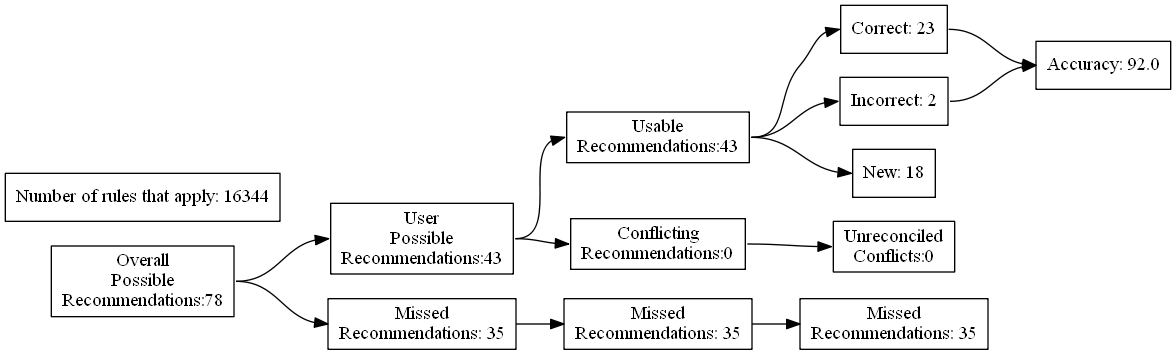
Above: test_renders/82.gv.png in ZaxR/ibd_diet_analysis (Graphviz), before the change. Its source is kept beside it as test_renders/82.gv.
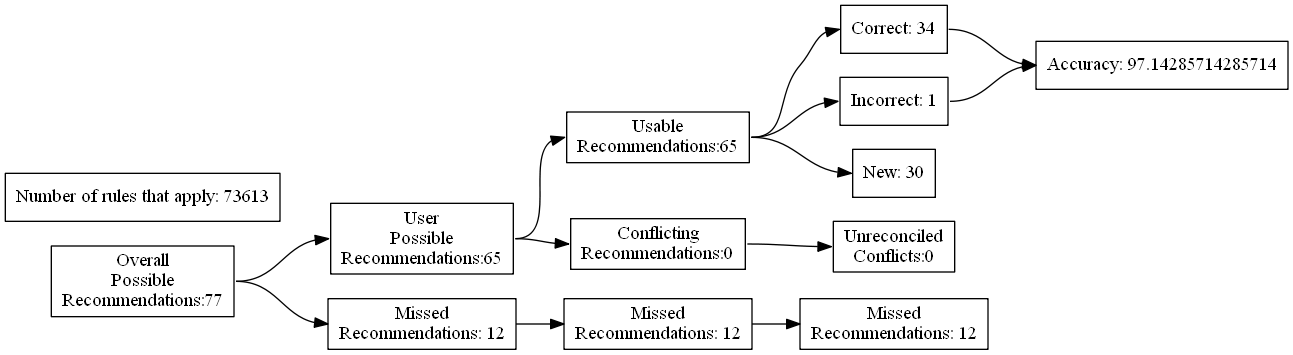
The same file after the commit.

The edit, as a diff of the source:
```diff
@@ -4,27 +4,27 @@
 	edge [headport=w tailport=e]
 		A [label="Overall
 Possible
-Recommendations:78"]
+Recommendations:77"]
 		B [label="User
 Possible
-Recommendations:43"]
+Recommendations:65"]
 		C [label="Missed
-Recommendations: 35"]
+Recommendations: 12"]
 		D [label="Usable
-Recommendations:43"]
+Recommendations:65"]
 		E [label="Conflicting
 Recommendations:0"]
 		J [label="Missed
-Recommendations: 35"]
+Recommendations: 12"]
 		M [label="Unreconciled
 Conflicts:0"]
-		F [label="Correct: 23"]
-		G [label="Incorrect: 2"]
-		H [label="New: 18"]
+		F [label="Correct: 34"]
+		G [label="Incorrect: 1"]
+		H [label="New: 30"]
 		K [label="Missed
-Recommendations: 35"]
-		I [label="Accuracy: 92.0"]
-		l [label="Number of rules that apply: 16344"]
+Recommendations: 12"]
+		I [label="Accuracy: 97.14285714285714"]
+		l [label="Number of rules that apply: 73613"]
 			A -> B
 			A -> C
 			B -> D
```
